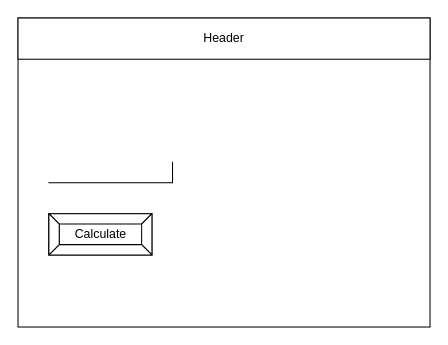
This is design/story-board.drawio from andre-deveau/ICS20-Unit3-04-JS, a draw.io file, before an edit. Source tidied: cells renumbered, new cells numbered last; positions are measured from the earlier drawing's top-left corner, leaving out a move shared by most shapes. Both pictures are drawn from the tidied source at 103%, with x=0, y=0 at pixel (18, 18).
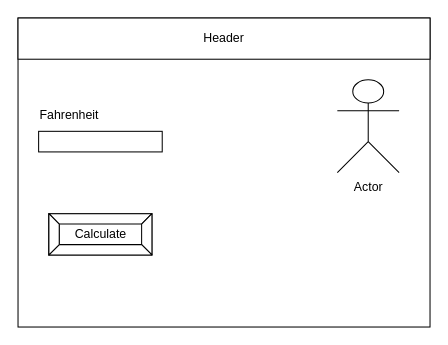
The same page after the edit.

Change to the diagram source:
```diff
@@
 <mxGraphModel>
   <root>
     <mxCell id="0" />
     <mxCell id="1" parent="0" />
     <mxCell id="2" style="rounded=0;whiteSpace=wrap;html=1;" parent="1" vertex="1">
       <mxGeometry width="400" height="300" as="geometry" />
     </mxCell>
     <mxCell id="3" value="Header" style="rounded=0;whiteSpace=wrap;html=1;" parent="1" vertex="1">
       <mxGeometry width="400" height="40" as="geometry" />
     </mxCell>
-    <mxCell id="4" style="shape=partialRectangle;whiteSpace=wrap;html=1;top=0;left=0;fillColor=none;" parent="1" vertex="1">
-      <mxGeometry x="30" y="140" width="120" height="20" as="geometry" />
-    </mxCell>
     <mxCell id="5" value="Calculate" style="labelPosition=center;verticalLabelPosition=middle;align=center;html=1;shape=mxgraph.basic.button;dx=10;" parent="1" vertex="1">
       <mxGeometry x="30" y="190" width="100" height="40" as="geometry" />
     </mxCell>
+    <mxCell id="6" style="rounded=0;whiteSpace=wrap;html=1;" parent="1" vertex="1">
+      <mxGeometry x="20" y="110" width="120" height="20" as="geometry" />
+    </mxCell>
+    <mxCell id="7" value="Fahrenheit" style="text;html=1;strokeColor=none;fillColor=none;align=center;verticalAlign=middle;whiteSpace=wrap;rounded=0;" parent="1" vertex="1">
+      <mxGeometry x="20" y="80" width="60" height="30" as="geometry" />
+    </mxCell>
+    <mxCell id="8" value="Actor" style="shape=umlActor;verticalLabelPosition=bottom;verticalAlign=top;html=1;" parent="1" vertex="1">
+      <mxGeometry x="310" y="60" width="60" height="90" as="geometry" />
+    </mxCell>
   </root>
 </mxGraphModel>
```
